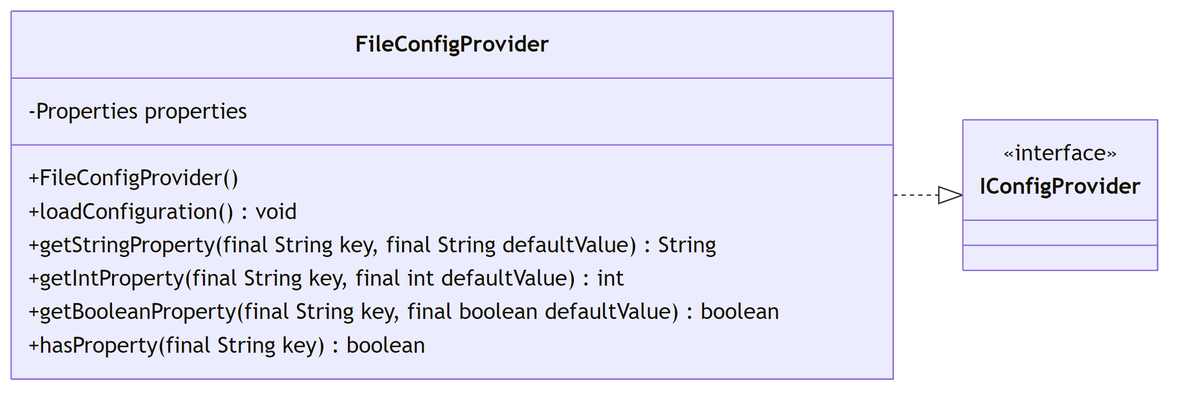
Before: docs/diagrams/mermaid/png/config_package.png, a diagram exported from Mermaid (bryanseah234/playsplendor). Its source is kept beside it as docs/diagrams/mermaid/src/config_package.mmd.
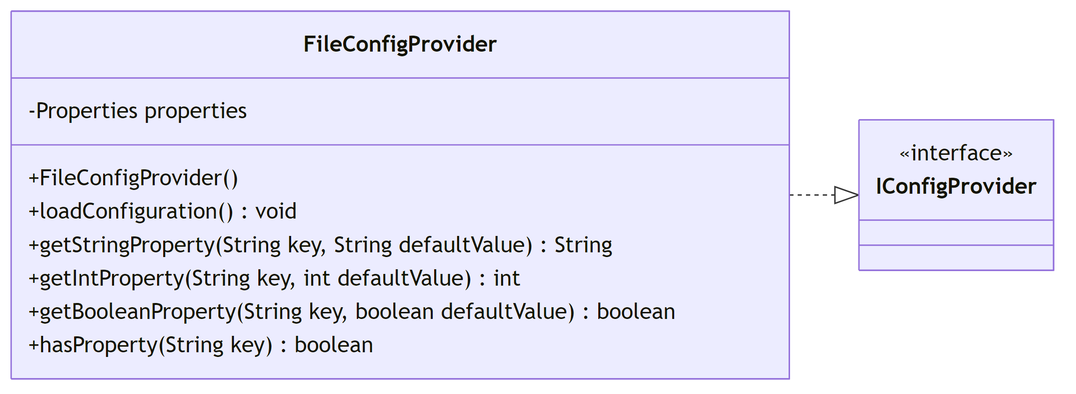
The same file after the commit.

The edit, as a diff of the source:
```diff
@@ -4,10 +4,10 @@
         -Properties properties
         +FileConfigProvider()
         +loadConfiguration() void
-        +getStringProperty(final String key, final String defaultValue) String
-        +getIntProperty(final String key, final int defaultValue) int
-        +getBooleanProperty(final String key, final boolean defaultValue) boolean
-        +hasProperty(final String key) boolean
+        +getStringProperty(String key, String defaultValue) String
+        +getIntProperty(String key, int defaultValue) int
+        +getBooleanProperty(String key, boolean defaultValue) boolean
+        +hasProperty(String key) boolean
     }
 
     FileConfigProvider ..|> IConfigProvider
```
